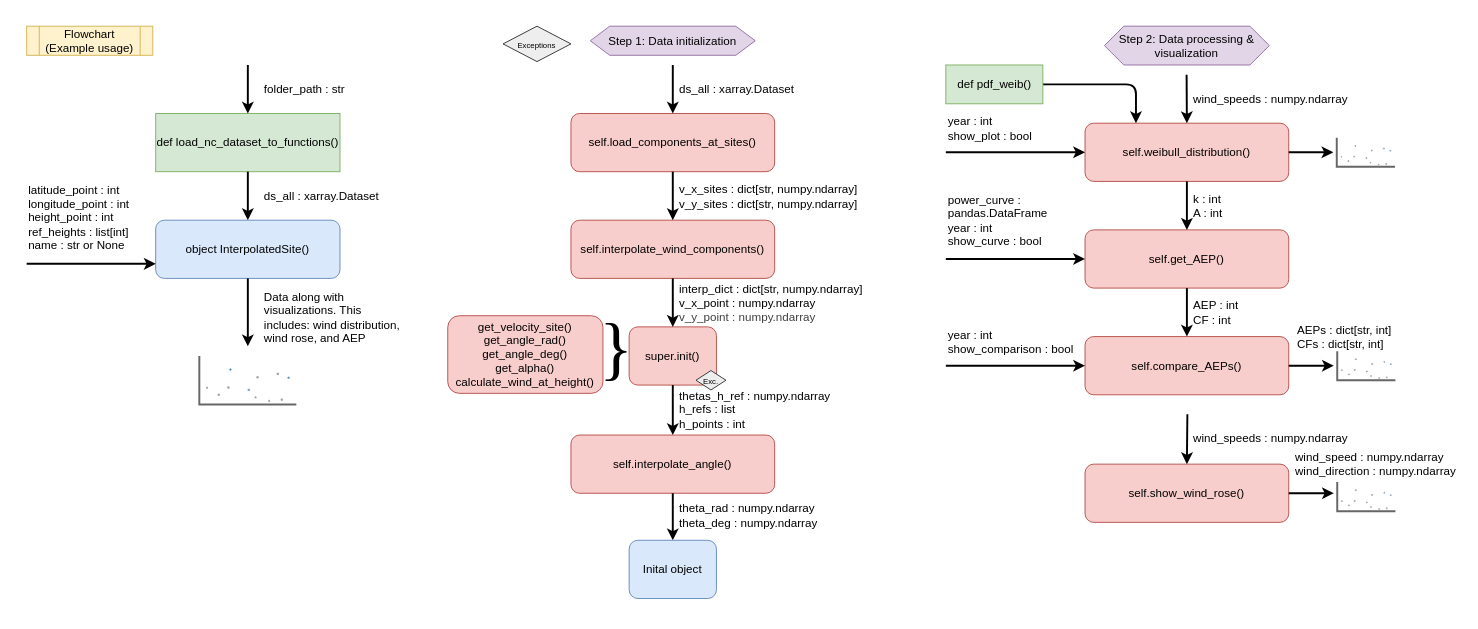
Before: page "Flowchart" (2 of 3) of diagrams/FunctionDiagram.drawio in DTUWindEducation/final-project-grustlers, a draw.io diagram. Source tidied: cells renumbered, new cells numbered last; positions are measured from the earlier drawing's top-left corner, leaving out a move shared by most shapes. Both pictures are drawn from the tidied source at 97%, with x=0, y=0 at pixel (16, 16).
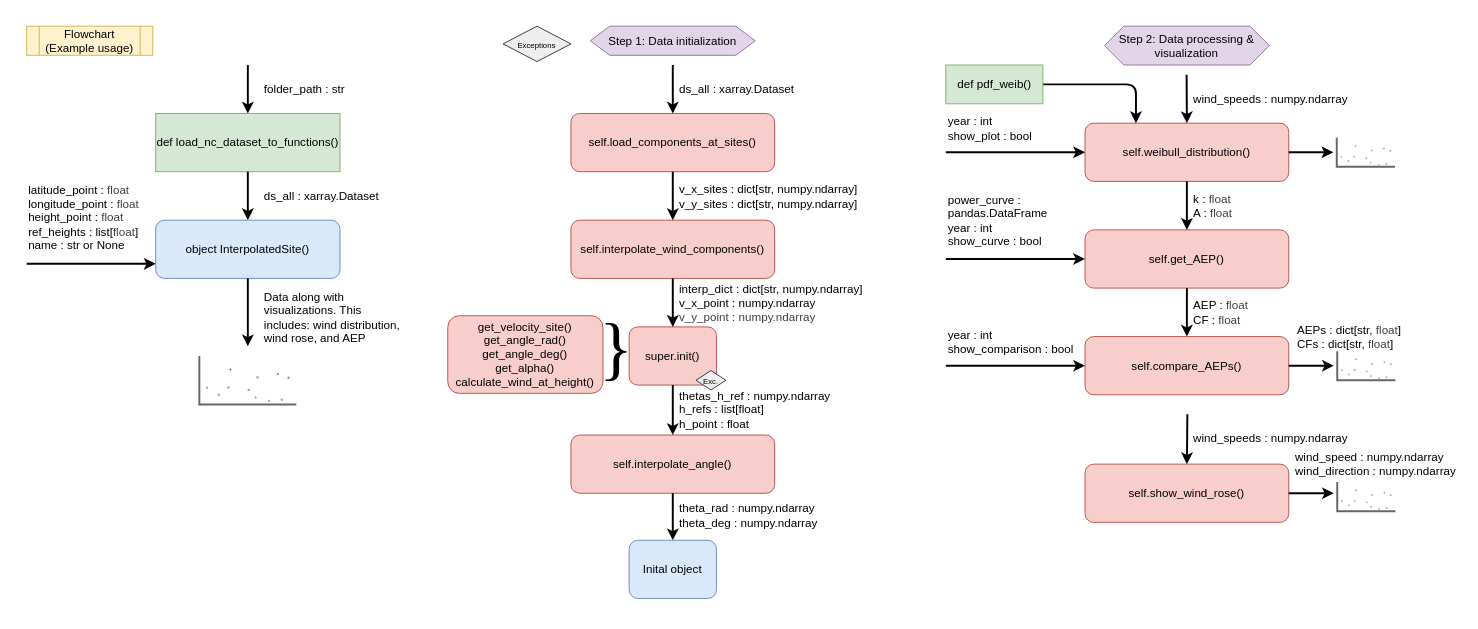
Above is the later version.

Change to the diagram source:
```diff
@@
-    <mxCell id="45" value="k : int&lt;div&gt;A : int&lt;/div&gt;" style="text;html=1;align=left;verticalAlign=middle;whiteSpace=wrap;rounded=0;" parent="1" vertex="1">
+    <mxCell id="45" value="k :&amp;nbsp;&lt;span style=&quot;color: rgb(63, 63, 63);&quot;&gt;float&lt;/span&gt;&lt;div&gt;A :&amp;nbsp;&lt;span style=&quot;color: rgb(63, 63, 63); background-color: transparent;&quot;&gt;float&lt;/span&gt;&lt;/div&gt;" style="text;html=1;align=left;verticalAlign=middle;whiteSpace=wrap;rounded=0;" parent="1" vertex="1">
       <mxGeometry x="1211.1" y="180.5" width="166.5" height="30" as="geometry" />
     </mxCell>
@@
-    <mxCell id="47" value="&lt;div&gt;latitude_point : int&lt;/div&gt;&lt;div&gt;longitude_point : int&lt;/div&gt;&lt;span style=&quot;background-color: transparent;&quot;&gt;height_point : int&lt;/span&gt;&lt;div&gt;ref_heights : list[int]&lt;/div&gt;&lt;div&gt;name : str or None&lt;/div&gt;" style="text;html=1;align=left;verticalAlign=middle;whiteSpace=wrap;rounded=0;" parent="1" vertex="1">
+    <mxCell id="47" value="&lt;div&gt;latitude_point :&amp;nbsp;&lt;span style=&quot;color: rgb(63, 63, 63); background-color: transparent;&quot;&gt;float&lt;/span&gt;&lt;/div&gt;&lt;div&gt;longitude_point :&amp;nbsp;&lt;span style=&quot;color: rgb(63, 63, 63); background-color: transparent;&quot;&gt;float&lt;/span&gt;&lt;/div&gt;&lt;span style=&quot;background-color: transparent;&quot;&gt;height_point :&amp;nbsp;&lt;/span&gt;&lt;span style=&quot;color: rgb(63, 63, 63);&quot;&gt;float&lt;/span&gt;&lt;div&gt;ref_heights : list[&lt;span style=&quot;color: rgb(63, 63, 63);&quot;&gt;float&lt;/span&gt;]&lt;/div&gt;&lt;div&gt;name : str or None&lt;/div&gt;" style="text;html=1;align=left;verticalAlign=middle;whiteSpace=wrap;rounded=0;" parent="1" vertex="1">
       <mxGeometry x="10" y="170.5" width="150" height="75" as="geometry" />
     </mxCell>
@@
-    <mxCell id="50" value="AEP : int&lt;div&gt;CF : int&lt;/div&gt;" style="text;html=1;align=left;verticalAlign=middle;whiteSpace=wrap;rounded=0;" parent="1" vertex="1">
+    <mxCell id="50" value="AEP :&amp;nbsp;&lt;span style=&quot;color: rgb(63, 63, 63);&quot;&gt;float&lt;/span&gt;&lt;div&gt;CF :&amp;nbsp;&lt;span style=&quot;color: rgb(63, 63, 63); background-color: transparent;&quot;&gt;float&lt;/span&gt;&lt;/div&gt;" style="text;html=1;align=left;verticalAlign=middle;whiteSpace=wrap;rounded=0;" parent="1" vertex="1">
       <mxGeometry x="1211.1" y="290.5" width="166.5" height="30" as="geometry" />
     </mxCell>
@@
-    <mxCell id="52" value="AEPs : dict[str, int]&lt;div&gt;CFs : dict[str, int]&lt;/div&gt;" style="text;html=1;align=left;verticalAlign=middle;whiteSpace=wrap;rounded=0;" parent="1" vertex="1">
+    <mxCell id="52" value="AEPs : dict[str,&amp;nbsp;&lt;span style=&quot;color: rgb(63, 63, 63);&quot;&gt;float&lt;/span&gt;]&lt;div&gt;CFs : dict[str,&amp;nbsp;&lt;span style=&quot;color: rgb(63, 63, 63); background-color: transparent;&quot;&gt;float&lt;/span&gt;&lt;span style=&quot;background-color: transparent;&quot;&gt;]&lt;/span&gt;&lt;/div&gt;" style="text;html=1;align=left;verticalAlign=middle;whiteSpace=wrap;rounded=0;" parent="1" vertex="1">
       <mxGeometry x="1317.6" y="315.5" width="166.5" height="30" as="geometry" />
     </mxCell>
@@
-    <mxCell id="57" value="thetas_h_ref : numpy.ndarray&lt;div&gt;h_refs : list&lt;/div&gt;&lt;div&gt;h_points : int&lt;/div&gt;" style="text;html=1;align=left;verticalAlign=middle;whiteSpace=wrap;rounded=0;" parent="1" vertex="1">
+    <mxCell id="57" value="thetas_h_ref : numpy.ndarray&lt;div&gt;h_refs : list[float]&lt;/div&gt;&lt;div&gt;h_point : float&lt;/div&gt;" style="text;html=1;align=left;verticalAlign=middle;whiteSpace=wrap;rounded=0;" parent="1" vertex="1">
       <mxGeometry x="681.1" y="380.5" width="196.5" height="51.5" as="geometry" />
     </mxCell>
```
